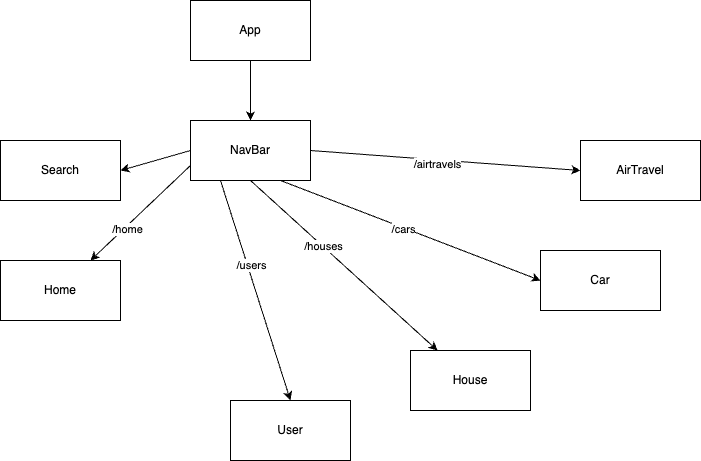
Before: assets/reactTree.png, a diagram exported from draw.io (oki99doki/CO2day). Source tidied: cells renumbered, new cells last; positions are measured from the earlier drawing's top-left corner, leaving out a move shared by most shapes.
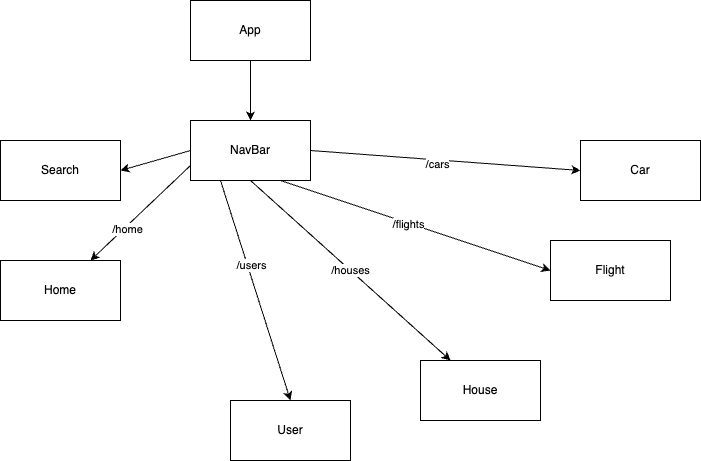
Above is the later version.

Commit message:
update Schema/ Models, add Variable Name List

What changed in the source:
```diff
@@ -23,24 +23,21 @@
     <mxCell id="8" value="/users" style="edgeLabel;html=1;align=center;verticalAlign=middle;" parent="7" vertex="1">
       <mxGeometry x="-0.22" y="3" relative="1" as="geometry" />
     </mxCell>
-    <mxCell id="9" style="edgeStyle=none;html=1;exitX=0.5;exitY=1;exitDx=0;exitDy=0;" parent="1" edge="1" source="15" target="19">
-      <mxGeometry relative="1" as="geometry" />
-    </mxCell>
-    <mxCell id="10" value="/houses" style="edgeLabel;html=1;align=center;verticalAlign=middle;" parent="9" vertex="1">
-      <mxGeometry x="-0.22" relative="1" as="geometry" />
-    </mxCell>
     <mxCell id="11" style="edgeStyle=none;html=1;exitX=0.75;exitY=1;exitDx=0;exitDy=0;entryX=0;entryY=0.5;entryDx=0;entryDy=0;" parent="1" edge="1" source="15" target="20">
       <mxGeometry relative="1" as="geometry" />
     </mxCell>
-    <mxCell id="12" value="/cars" style="edgeLabel;html=1;align=center;verticalAlign=middle;" parent="11" vertex="1">
+    <mxCell id="12" value="/flights" style="edgeLabel;html=1;align=center;verticalAlign=middle;" parent="11" vertex="1">
       <mxGeometry x="-0.05" y="-1" relative="1" as="geometry" />
     </mxCell>
     <mxCell id="13" style="edgeStyle=none;html=1;exitX=1;exitY=0.5;exitDx=0;exitDy=0;entryX=0;entryY=0.5;entryDx=0;entryDy=0;" parent="1" edge="1" source="15" target="21">
       <mxGeometry relative="1" as="geometry" />
     </mxCell>
-    <mxCell id="14" value="/airtravels" style="edgeLabel;html=1;align=center;verticalAlign=middle;" parent="13" vertex="1">
+    <mxCell id="14" value="/cars" style="edgeLabel;html=1;align=center;verticalAlign=middle;" parent="13" vertex="1">
       <mxGeometry x="-0.06" y="-4" relative="1" as="geometry" />
     </mxCell>
+    <mxCell id="10" value="/houses" style="edgeStyle=none;html=1;exitX=0.5;exitY=1;exitDx=0;exitDy=0;entryX=0.25;entryY=0;entryDx=0;entryDy=0;" parent="1" edge="1" source="15" target="19">
+      <mxGeometry relative="1" as="geometry" />
+    </mxCell>
     <mxCell id="15" value="NavBar" style="whiteSpace=wrap;html=1;" parent="1" vertex="1">
       <mxGeometry x="190" y="120" width="120" height="60" as="geometry" />
     </mxCell>
@@ -54,12 +51,12 @@
       <mxGeometry x="230" y="400" width="120" height="60" as="geometry" />
     </mxCell>
     <mxCell id="19" value="House" style="whiteSpace=wrap;html=1;" parent="1" vertex="1">
-      <mxGeometry x="410" y="350" width="120" height="60" as="geometry" />
+      <mxGeometry x="420" y="360" width="120" height="60" as="geometry" />
     </mxCell>
-    <mxCell id="20" value="Car" style="whiteSpace=wrap;html=1;" parent="1" vertex="1">
-      <mxGeometry x="540" y="250" width="120" height="60" as="geometry" />
+    <mxCell id="20" value="Flight" style="whiteSpace=wrap;html=1;" parent="1" vertex="1">
+      <mxGeometry x="550" y="240" width="120" height="60" as="geometry" />
     </mxCell>
-    <mxCell id="21" value="AirTravel" style="whiteSpace=wrap;html=1;" parent="1" vertex="1">
+    <mxCell id="21" value="Car" style="whiteSpace=wrap;html=1;" parent="1" vertex="1">
       <mxGeometry x="580" y="140" width="120" height="60" as="geometry" />
     </mxCell>
   </root>
```
